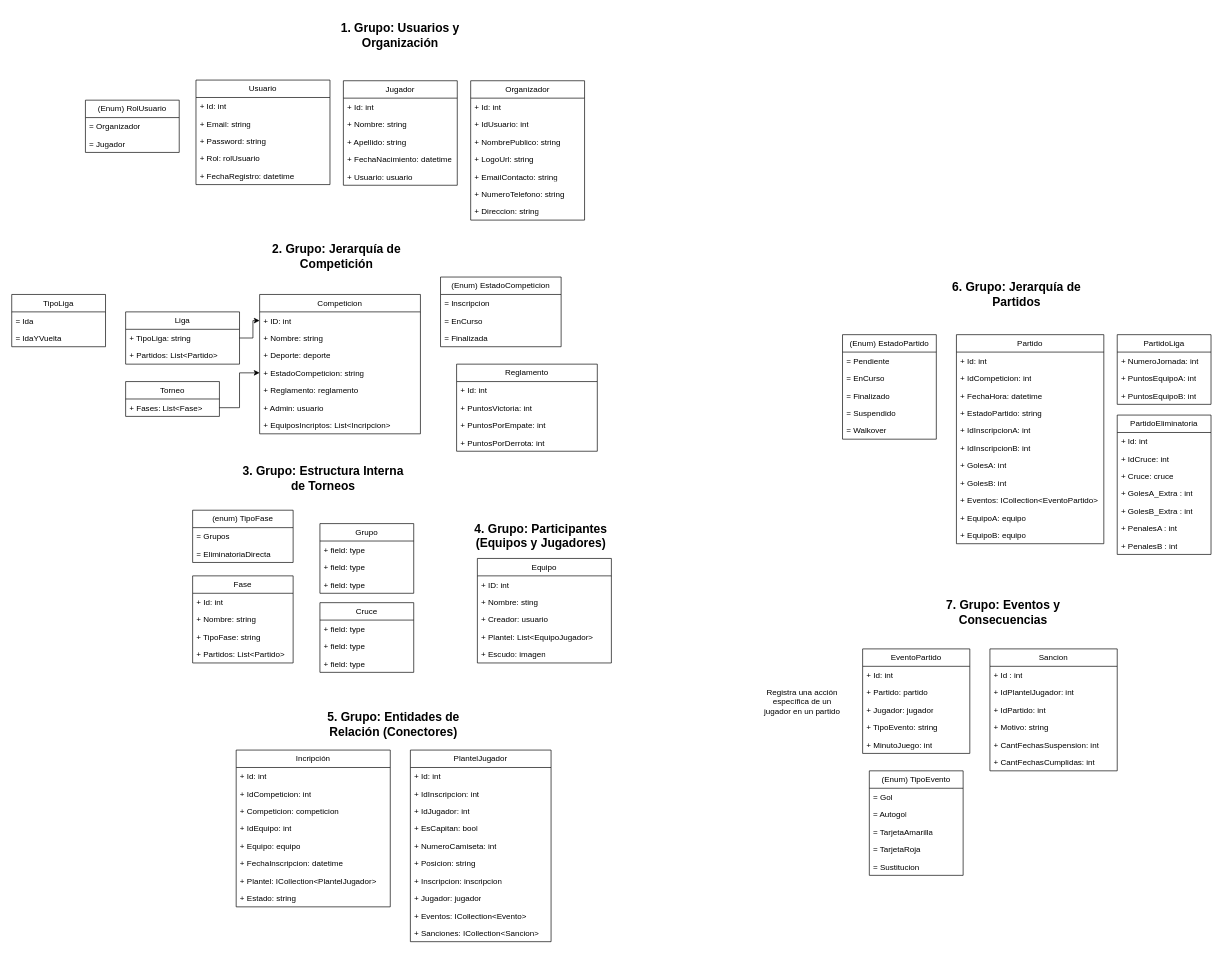
Above: docs/domain-model/Modelo de Dominio - TPC LigaPro - V5.drawio in ssofi20/TPC-LigaPro-Equipo9A (draw.io), before the change. Source tidied: cells renumbered, new cells numbered last; positions are measured from the earlier drawing's top-left corner, leaving out a move shared by most shapes. Both pictures are drawn from the tidied source at 67%, with x=0, y=0 at pixel (11, 26).
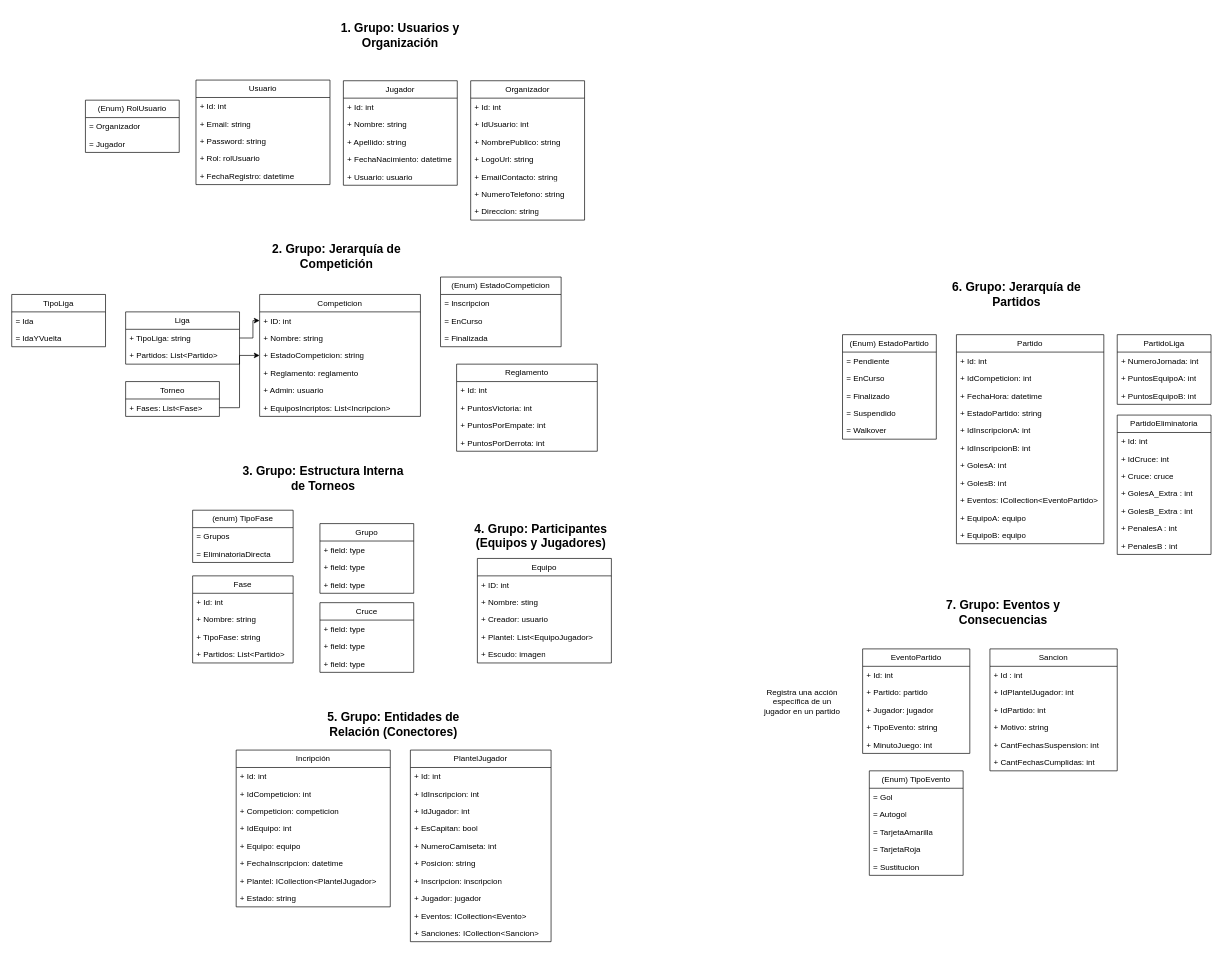
After the change.

Diff of the diagram source:
```diff
@@
     <mxCell id="2" value="Competicion" style="swimlane;fontStyle=0;horizontal=1;startSize=26;fillColor=none;whiteSpace=wrap;html=1;" parent="1" vertex="1">
-      <mxGeometry x="370" y="400" width="240" height="208" as="geometry" />
+      <mxGeometry x="370" y="400" width="240" height="182" as="geometry" />
     </mxCell>
@@
-    <mxCell id="5" value="+ Deporte: deporte" style="text;strokeColor=none;fillColor=none;align=left;verticalAlign=top;spacingLeft=4;spacingRight=4;overflow=hidden;whiteSpace=wrap;html=1;" parent="2" vertex="1">
-      <mxGeometry y="78" width="240" height="26" as="geometry" />
-    </mxCell>
     <mxCell id="6" value="+ EstadoCompeticion: string" style="text;strokeColor=none;fillColor=none;align=left;verticalAlign=top;spacingLeft=4;spacingRight=4;overflow=hidden;points=[[0,0.5],[1,0.5]];portConstraint=eastwest;whiteSpace=wrap;html=1;" parent="2" vertex="1">
-      <mxGeometry y="104" width="240" height="26" as="geometry" />
+      <mxGeometry y="78" width="240" height="26" as="geometry" />
     </mxCell>
     <mxCell id="7" value="+ Reglamento: reglamento" style="text;strokeColor=none;fillColor=none;align=left;verticalAlign=top;spacingLeft=4;spacingRight=4;overflow=hidden;whiteSpace=wrap;html=1;" parent="2" vertex="1">
-      <mxGeometry y="130" width="240" height="26" as="geometry" />
+      <mxGeometry y="104" width="240" height="26" as="geometry" />
     </mxCell>
     <mxCell id="8" value="+ Admin: usuario" style="text;strokeColor=none;fillColor=none;align=left;verticalAlign=top;spacingLeft=4;spacingRight=4;overflow=hidden;whiteSpace=wrap;html=1;" parent="2" vertex="1">
-      <mxGeometry y="156" width="240" height="26" as="geometry" />
+      <mxGeometry y="130" width="240" height="26" as="geometry" />
     </mxCell>
     <mxCell id="9" value="+ EquiposIncriptos: List&amp;lt;Incripcion&amp;gt;" style="text;strokeColor=none;fillColor=none;align=left;verticalAlign=top;spacingLeft=4;spacingRight=4;overflow=hidden;whiteSpace=wrap;html=1;" parent="2" vertex="1">
-      <mxGeometry y="182" width="240" height="26" as="geometry" />
+      <mxGeometry y="156" width="240" height="26" as="geometry" />
     </mxCell>
```
